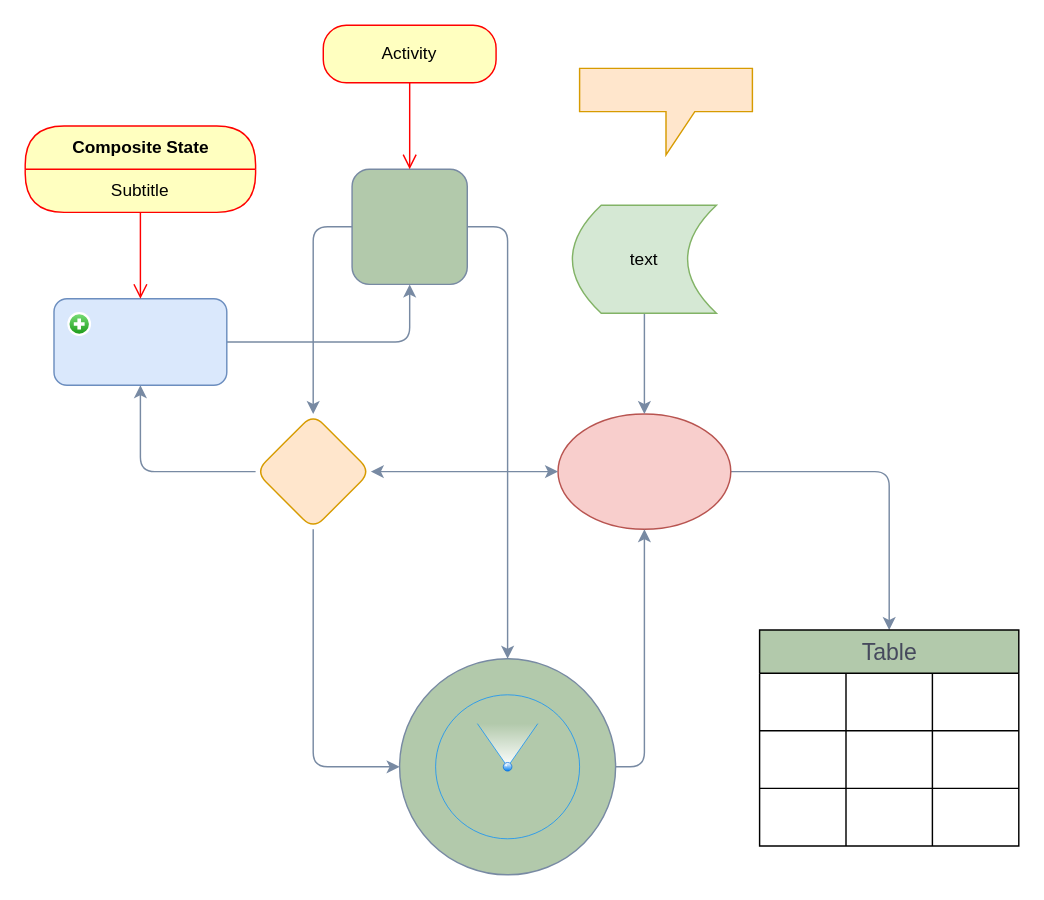
Earlier version of the draw.io diagram Diagramma.drawio (KonstantinS007/PythonProject). Source tidied: cells renumbered, new cells numbered last; positions are measured from the earlier drawing's top-left corner, leaving out a move shared by most shapes. Both pictures are drawn from the tidied source at 144%, with x=0, y=0 at pixel (24, 24).
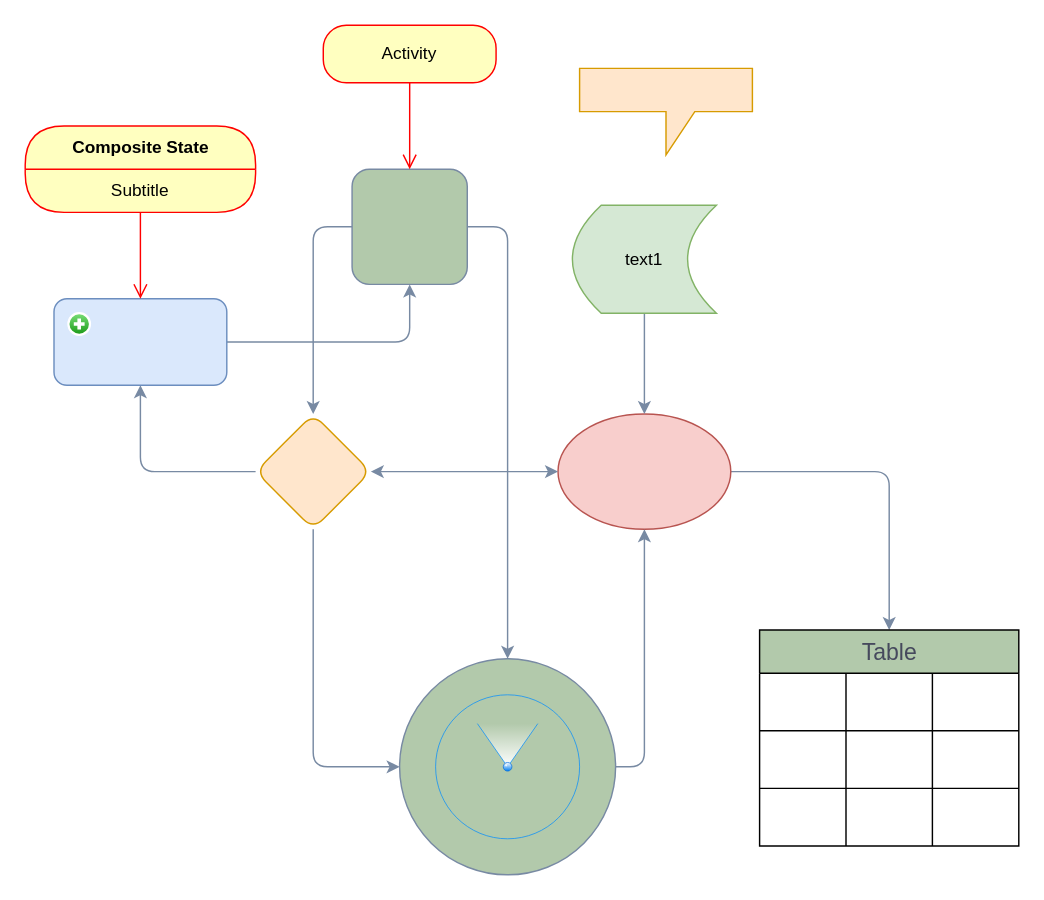
The same diagram, later.

The edit, as a diff of the source:
```diff
@@
-    <mxCell id="37" value="text" style="shape=dataStorage;whiteSpace=wrap;html=1;fixedSize=1;fillColor=#d5e8d4;strokeColor=#82b366;" parent="1" vertex="1">
+    <mxCell id="37" value="text1" style="shape=dataStorage;whiteSpace=wrap;html=1;fixedSize=1;fillColor=#d5e8d4;strokeColor=#82b366;" parent="1" vertex="1">
       <mxGeometry x="380" y="125" width="100" height="75" as="geometry" />
     </mxCell>
```
